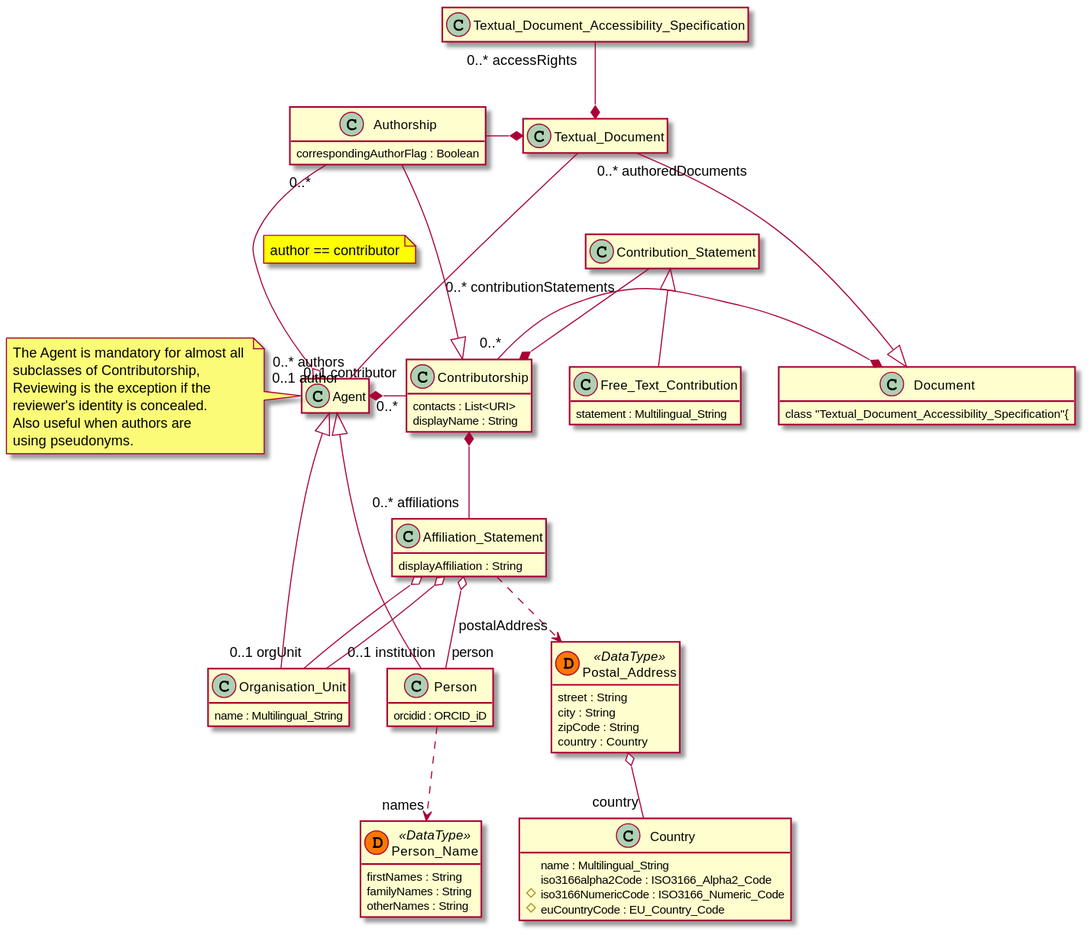
Before: diagrams/core.svg, a diagram exported from PlantUML (EuroCRIS/CERIF-ScholarlyPublicationsModule).
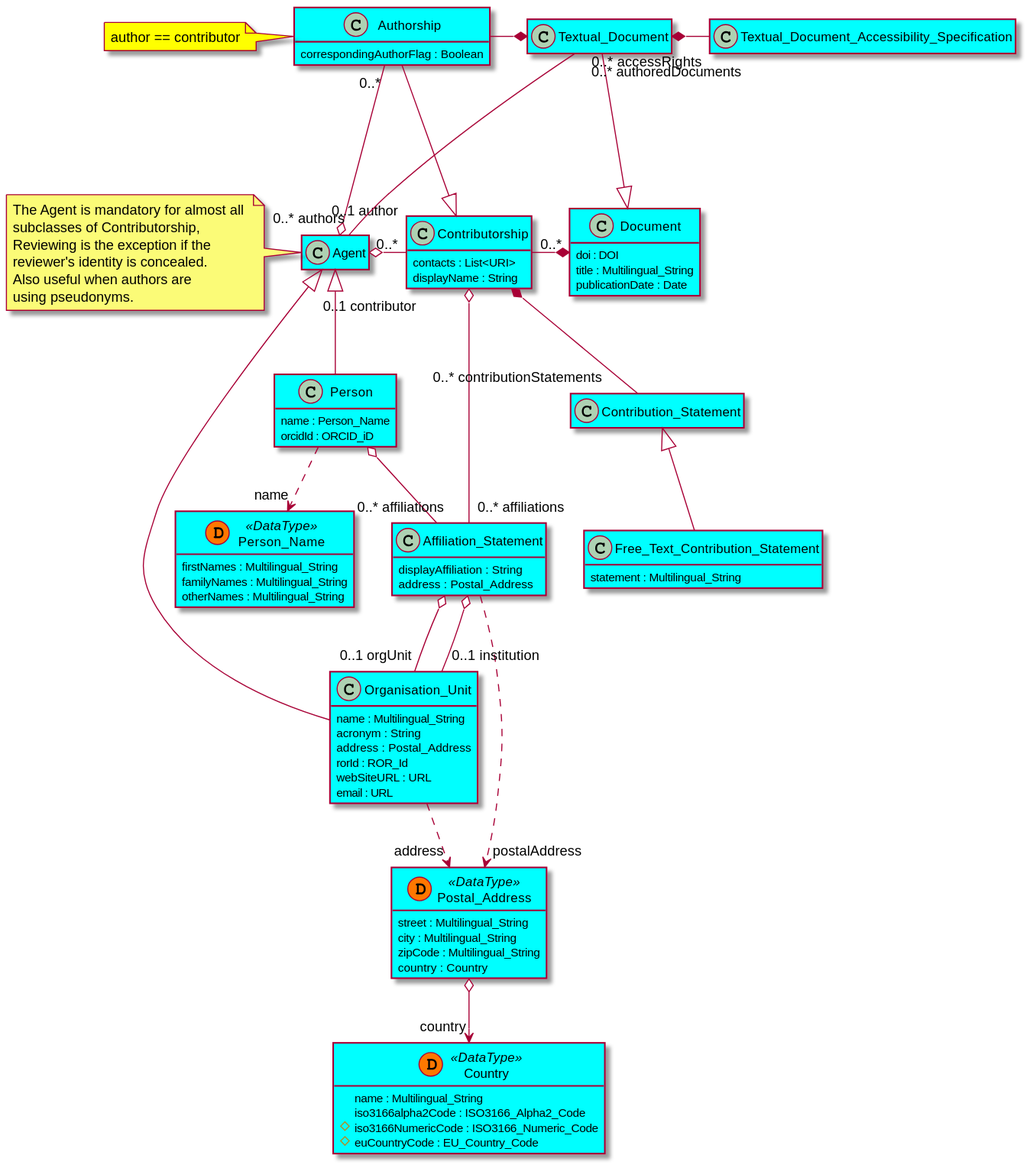
The same file after the commit.

Commit message:
colors at diagrams (core and module distinction)

What changed in the source:
```diff
@@ -1,94 +1,98 @@
 @startuml
-    !startsub common
-    	!define datatype(x) class x << (D,#FF7700) DataType>>
-    	hide empty members
-    !endsub
+	!startsub common
+	!define datatype(x) class x << (D,#FF7700) DataType>>
+	hide empty members
+	skinparam BoxPadding 120
+	!endsub
 
-    !startsub Document
-    class "Document"{
-        DOI : DOI_Type
+    !startsub Contributorship
+    class "Document" #00ffff{
+        doi : DOI
         title : Multilingual_String
         publicationDate : Date
     }
-    class "Textual_Document"{
+    !endsub
+    class "Textual_Document" #00ffff{
     }
-    !endsub
-    !startsub TDAS
-    class "Textual_Document_Accessibility_Specification"{
+    class "Textual_Document_Accessibility_Specification" #00ffff{
     }
-    !endsub
-    class "Agent"{
+    !startsub Agent
+    class "Agent" #00ffff{
 
     }
-    class "Organisation_Unit"{
+    class "Organisation_Unit" #00ffff{
         name : Multilingual_String
+        acronym : String
+        address : Postal_Address
+        rorId : ROR_Id
+        webSiteURL : URL
+        email : URL
     }
-    class "Person"{
-        orcidid : ORCID_iD
+    class "Person" #00ffff{
+        name : Person_Name
+        orcidId : ORCID_iD
     }
-    datatype("Person_Name"){
-        firstNames : String
-        familyNames : String
-        otherNames : String
+    datatype("Person_Name") #00ffff{
+        firstNames : Multilingual_String
+        familyNames : Multilingual_String
+        otherNames : Multilingual_String
     }
-    class "Authorship"{
-        correspondingAuthorFlag : Boolean
-    }
-    !startsub Contributorship
-    class "Contributorship"{
-        contacts : List<URI>
-        displayName : String
-    }
-    class "Contribution_Statement"{
-    }
-    class "Free_Text_Contribution"{
-        statement : Multilingual_String
-    }
-    !endsub
-    class "Affiliation_Statement"{
-        displayAffiliation : String
-    }
-   datatype("Postal_Address"){
-        street : String
-        city : String
-        zipCode : String
+    datatype("Postal_Address") #00ffff{
+        street : Multilingual_String
+        city : Multilingual_String
+        zipCode : Multilingual_String
         country : Country
     }
-    class "Country"{
+    datatype("Country") #00ffff{
         name : Multilingual_String
         iso3166alpha2Code : ISO3166_Alpha2_Code
         # iso3166NumericCode : ISO3166_Numeric_Code
         # euCountryCode : EU_Country_Code
     }
-    "Postal_Address" o-- "country" "Country"
-    "Affiliation_Statement" ..> "postalAddress" "Postal_Address"
-    "Affiliation_Statement" o-- "0..1 orgUnit" "Organisation_Unit"
-    "Affiliation_Statement" o-- "0..1 institution" "Organisation_Unit"
-    "Affiliation_Statement" o-- "person" "Person"
+	"Postal_Address" o--> "country" "Country"
+    !endsub
+    class "Authorship" #00ffff{
+        correspondingAuthorFlag : Boolean
+    }
+    note left #yellow: author == contributor
     !startsub Contributorship
-    "Contribution_Statement" <|-- "Free_Text_Contribution"
+    class "Contributorship" #00ffff{
+        contacts : List<URI>
+        displayName : String
+    }
+    class "Contribution_Statement" #00ffff{
+    }
+    class "Free_Text_Contribution_Statement" #00ffff{
+        statement : Multilingual_String
+    }
+    class "Affiliation_Statement" #00ffff{
+        displayAffiliation : String
+        address : Postal_Address
+    }
     !endsub
-    !startsub Contributorship
-    "Contributorship" "0..*" -r-* "Document"
-    !endsub
-    !startsub Contributorship
-    "Contributorship" "0..*" -l-* "0..1 contributor" "Agent"
-    !endsub
-    "Contributorship" *-- "0..* affiliations" "Affiliation_Statement"
-    !startsub Contributorship
-    "Contributorship" *-u- "0..* contributionStatements" "Contribution_Statement"
-    !endsub
-    "Authorship" -r-* "Textual_Document"
-    "Contributorship" <|-u- "Authorship"
-    "Authorship" "0..*" --o "0..1 author" "Agent"
-    note on link #yellow: author == contributor
-    "Person" .d.> "names" "Person_Name"
-    "Agent" <|-d- "Person"
-    "Agent" <|-d- "Organisation_Unit"
-    !startsub Document
-    "Document" <|-u- "Textual_Document"
-    !endsub
-    "Textual_Document" *-u- "0..* accessRights" "Textual_Document_Accessibility_Specification"
-    "Textual_Document" "0..* authoredDocuments" --- "0..* authors" "Agent"
+
+!startsub Contributorship
+"Affiliation_Statement" ..> "postalAddress" "Postal_Address"
+"Affiliation_Statement" o-- "0..1 orgUnit" "Organisation_Unit"
+"Affiliation_Statement" o-- "0..1 institution" "Organisation_Unit"
+"Person" o-- "0..* affiliations" "Affiliation_Statement"
+"Contribution_Statement" <|-- "Free_Text_Contribution_Statement"
+"Contributorship" "0..*" --r--* "Document"
+"Contributorship" "0..*" --l--o "0..1 contributor" "Agent"
+"Contributorship" o-- "0..* affiliations" "Affiliation_Statement"
+"Contributorship" *-- "0..* contributionStatements" "Contribution_Statement"
+!endsub
+"Authorship" -r-* "Textual_Document"
+"Contributorship" <|-u- "Authorship"
+"Authorship" "0..*" --o "0..1 author" "Agent"
+!startsub Agent
+"Person" ..> "name" "Person_Name"
+"Agent" <|-- "Person"
+"Agent" <|-- "Organisation_Unit"
+"Organisation_Unit" ..> "address" "Postal_Address"
+!endsub
+"Document" <|-u- "Textual_Document"
+"Textual_Document" *-r- "0..* accessRights" "Textual_Document_Accessibility_Specification"
+"Textual_Document" "0..* authoredDocuments" --- "0..* authors" "Agent"
     note left of Agent: The Agent is mandatory for almost all \nsubclasses of Contributorship,\nReviewing is the exception if the \nreviewer's identity is concealed. \nAlso useful when authors are \nusing pseudonyms.
 @enduml
```
